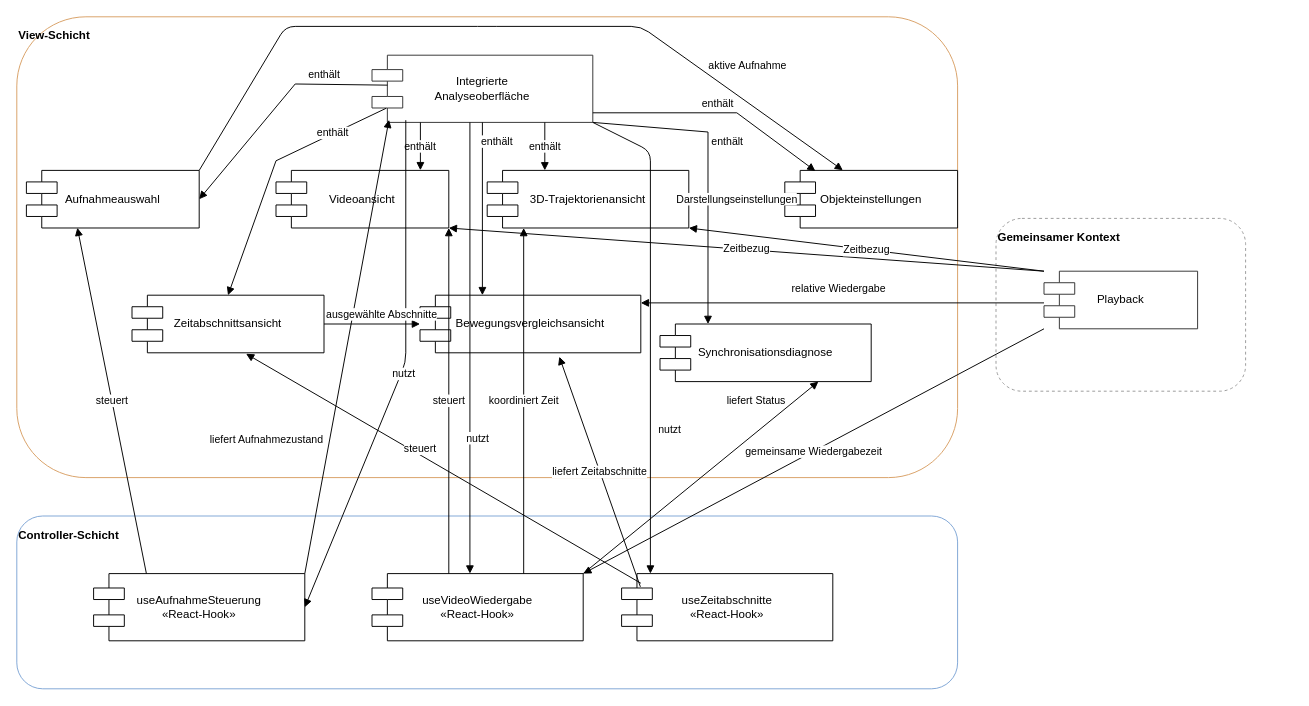
The draw.io diagram Abbildung24_UML_Komponentenuebersicht.drawio in mfneu/fapra, before the edit. Source tidied: cells renumbered, new cells numbered last; positions are measured from the earlier drawing's top-left corner, leaving out a move shared by most shapes. Both pictures are drawn from the tidied source at 96%, with x=0, y=0 at pixel (16, 16).
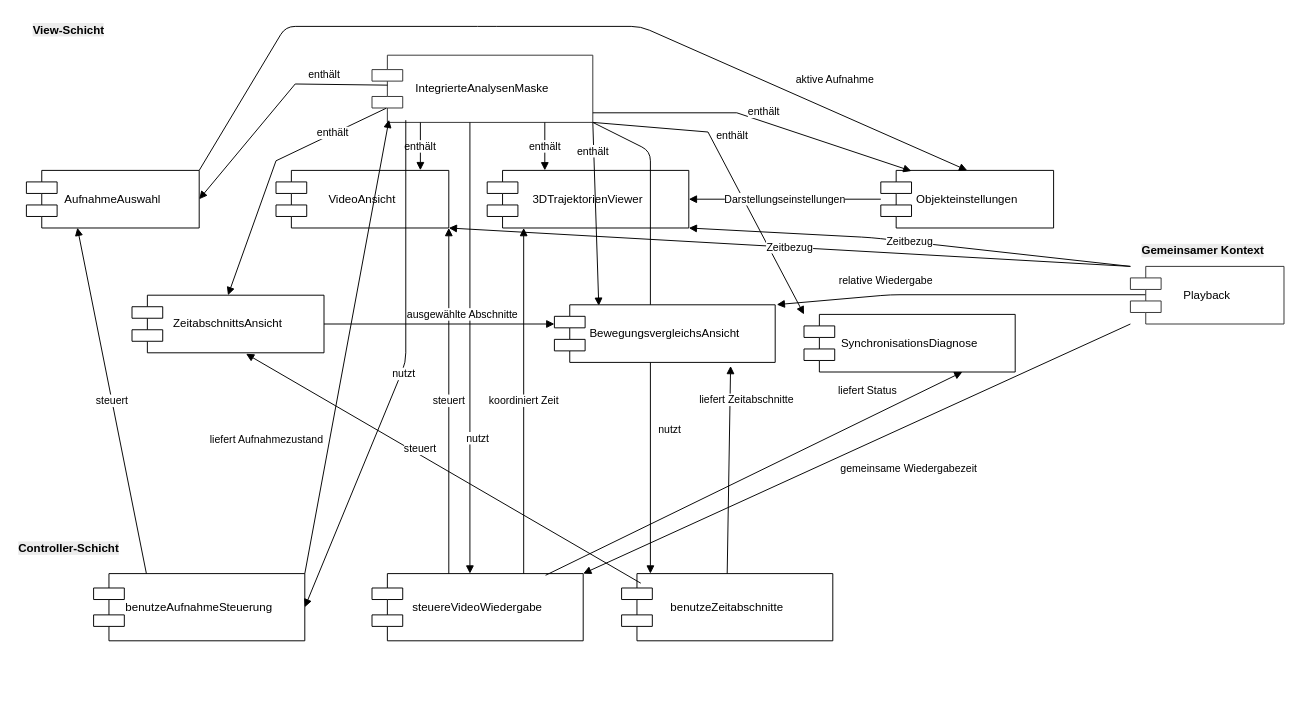
After the change.

What changed in the source:
```diff
@@
-    <mxCell id="2" value="View-Schicht" style="rounded=1;whiteSpace=wrap;html=1;strokeColor=#d9a066;fillColor=none;fontStyle=1;align=left;verticalAlign=top;spacingTop=6;" parent="1" vertex="1">
-      <mxGeometry width="980" height="480" as="geometry" />
-    </mxCell>
-    <mxCell id="3" value="Controller-Schicht" style="rounded=1;whiteSpace=wrap;html=1;strokeColor=#7fa6d6;fillColor=none;fontStyle=1;align=left;verticalAlign=top;spacingTop=6;" parent="1" vertex="1">
-      <mxGeometry y="520" width="980" height="180" as="geometry" />
-    </mxCell>
-    <mxCell id="4" value="Gemeinsamer Kontext" style="rounded=1;whiteSpace=wrap;html=1;strokeColor=#9a9a9a;dashed=1;fillColor=none;fontStyle=1;align=left;verticalAlign=top;spacingTop=6;" parent="1" vertex="1">
-      <mxGeometry x="1020" y="210" width="260" height="180" as="geometry" />
-    </mxCell>
-    <mxCell id="5" value="Integrierte&lt;br&gt;Analyseoberfläche" style="shape=component;whiteSpace=wrap;html=1;rounded=1;strokeColor=#333333;fillColor=#ffffff;" parent="1" vertex="1">
+    <mxCell id="5" value="IntegrierteAnalysenMaske" style="shape=component;whiteSpace=wrap;html=1;rounded=1;strokeColor=#333333;fillColor=#ffffff;" parent="1" vertex="1">
       <mxGeometry x="370" y="40" width="230" height="70" as="geometry" />
     </mxCell>
-    <mxCell id="6" value="Aufnahmeauswahl" style="shape=component;whiteSpace=wrap;html=1;rounded=1;" parent="1" vertex="1">
+    <mxCell id="6" value="AufnahmeAuswahl" style="shape=component;whiteSpace=wrap;html=1;rounded=1;" parent="1" vertex="1">
       <mxGeometry x="10" y="160" width="180" height="60" as="geometry" />
     </mxCell>
-    <mxCell id="7" value="Videoansicht" style="shape=component;whiteSpace=wrap;html=1;rounded=1;" parent="1" vertex="1">
+    <mxCell id="7" value="VideoAnsicht" style="shape=component;whiteSpace=wrap;html=1;rounded=1;" parent="1" vertex="1">
       <mxGeometry x="270" y="160" width="180" height="60" as="geometry" />
     </mxCell>
-    <mxCell id="8" value="3D-Trajektorienansicht" style="shape=component;whiteSpace=wrap;html=1;rounded=1;" parent="1" vertex="1">
+    <mxCell id="8" value="3DTrajektorienViewer" style="shape=component;whiteSpace=wrap;html=1;rounded=1;" parent="1" vertex="1">
       <mxGeometry x="490" y="160" width="210" height="60" as="geometry" />
     </mxCell>
     <mxCell id="9" value="Objekteinstellungen" style="shape=component;whiteSpace=wrap;html=1;rounded=1;" parent="1" vertex="1">
-      <mxGeometry x="800" y="160" width="180" height="60" as="geometry" />
+      <mxGeometry x="900" y="160" width="180" height="60" as="geometry" />
     </mxCell>
-    <mxCell id="10" value="Zeitabschnittsansicht" style="shape=component;whiteSpace=wrap;html=1;rounded=1;" parent="1" vertex="1">
+    <mxCell id="10" value="ZeitabschnittsAnsicht" style="shape=component;whiteSpace=wrap;html=1;rounded=1;" parent="1" vertex="1">
       <mxGeometry x="120" y="290" width="200" height="60" as="geometry" />
     </mxCell>
-    <mxCell id="11" value="Bewegungsvergleichsansicht" style="shape=component;whiteSpace=wrap;html=1;rounded=1;" parent="1" vertex="1">
-      <mxGeometry x="420" y="290" width="230" height="60" as="geometry" />
-    </mxCell>
-    <mxCell id="12" value="Synchronisationsdiagnose" style="shape=component;whiteSpace=wrap;html=1;rounded=1;" parent="1" vertex="1">
-      <mxGeometry x="670" y="320" width="220" height="60" as="geometry" />
+    <mxCell id="12" value="SynchronisationsDiagnose" style="shape=component;whiteSpace=wrap;html=1;rounded=1;" parent="1" vertex="1">
+      <mxGeometry x="820" y="310" width="220" height="60" as="geometry" />
     </mxCell>
-    <mxCell id="13" value="useAufnahmeSteuerung&lt;br&gt;«React-Hook»" style="shape=component;whiteSpace=wrap;html=1;rounded=1;" parent="1" vertex="1">
+    <mxCell id="13" value="benutzeAufnahmeSteuerung" style="shape=component;whiteSpace=wrap;html=1;rounded=1;" parent="1" vertex="1">
       <mxGeometry x="80" y="580" width="220" height="70" as="geometry" />
     </mxCell>
-    <mxCell id="14" value="useVideoWiedergabe&lt;br&gt;«React-Hook»" style="shape=component;whiteSpace=wrap;html=1;rounded=1;" parent="1" vertex="1">
+    <mxCell id="14" value="steuereVideoWiedergabe" style="shape=component;whiteSpace=wrap;html=1;rounded=1;" parent="1" vertex="1">
       <mxGeometry x="370" y="580" width="220" height="70" as="geometry" />
     </mxCell>
-    <mxCell id="15" value="useZeitabschnitte&lt;br&gt;«React-Hook»" style="shape=component;whiteSpace=wrap;html=1;rounded=1;" parent="1" vertex="1">
+    <mxCell id="15" value="benutzeZeitabschnitte" style="shape=component;whiteSpace=wrap;html=1;rounded=1;" parent="1" vertex="1">
       <mxGeometry x="630" y="580" width="220" height="70" as="geometry" />
     </mxCell>
     <mxCell id="16" value="Playback" style="shape=component;whiteSpace=wrap;html=1;rounded=1;strokeColor=#333333;fillColor=#ffffff;" parent="1" vertex="1">
-      <mxGeometry x="1070" y="265" width="160" height="60" as="geometry" />
+      <mxGeometry x="1160" y="260" width="160" height="60" as="geometry" />
     </mxCell>
@@
-    <mxCell id="18" value="enthält" style="endArrow=block;html=1;rounded=0;jettySize=auto;orthogonal=1;entryX=0.429;entryY=0.333;entryDx=0;entryDy=0;entryPerimeter=0;" parent="1" edge="1" source="5" target="2">
-      <mxGeometry relative="1" as="geometry" />
+    <mxCell id="18" value="enthält" style="endArrow=block;html=1;rounded=0;jettySize=auto;orthogonal=1;entryX=0.429;entryY=0.333;entryDx=0;entryDy=0;entryPerimeter=0;" parent="1" edge="1" source="5">
+      <mxGeometry relative="1" as="geometry">
+        <mxPoint x="420.4" y="159.8" as="targetPoint" />
+      </mxGeometry>
     </mxCell>
@@
-    <mxCell id="22" value="enthält" style="endArrow=block;html=1;rounded=0;jettySize=auto;orthogonal=1;" parent="1" edge="1" source="5" target="11">
-      <mxGeometry x="-0.78" y="15" relative="1" as="geometry" />
+    <mxCell id="22" value="enthält" style="endArrow=block;html=1;rounded=0;jettySize=auto;orthogonal=1;entryX=0.201;entryY=0.017;entryDx=0;entryDy=0;entryPerimeter=0;" parent="1" edge="1" source="5" target="11">
+      <mxGeometry x="-0.69" y="-1" relative="1" as="geometry" />
     </mxCell>
@@
-    <mxCell id="31" value="liefert Status" style="endArrow=block;html=1;orthogonal=1;entryX=0.75;entryY=1;entryDx=0;entryDy=0;" parent="1" edge="1" source="14" target="12">
+    <mxCell id="31" value="liefert Status" style="endArrow=block;html=1;orthogonal=1;entryX=0.75;entryY=1;entryDx=0;entryDy=0;exitX=0.822;exitY=0.025;exitDx=0;exitDy=0;exitPerimeter=0;" parent="1" edge="1" source="14" target="12">
       <mxGeometry x="0.6" y="26" relative="1" as="geometry" />
     </mxCell>
@@
-    <mxCell id="33" value="liefert Zeitabschnitte" style="endArrow=block;html=1;orthogonal=1;entryX=0.631;entryY=1.068;entryDx=0;entryDy=0;exitX=0.089;exitY=0.197;exitDx=0;exitDy=0;exitPerimeter=0;entryPerimeter=0;" parent="1" edge="1" source="15" target="11">
-      <mxGeometry relative="1" as="geometry" />
+    <mxCell id="33" value="liefert Zeitabschnitte" style="endArrow=block;html=1;orthogonal=1;entryX=0.798;entryY=1.062;entryDx=0;entryDy=0;exitX=0.5;exitY=0;exitDx=0;exitDy=0;entryPerimeter=0;" parent="1" edge="1" source="15" target="11">
+      <mxGeometry x="0.67" y="-17" relative="1" as="geometry" />
     </mxCell>
     <mxCell id="34" value="gemeinsame Wiedergabezeit" style="endArrow=block;html=1;orthogonal=1;" parent="1" edge="1" source="16" target="14">
-      <mxGeometry relative="1" as="geometry" />
+      <mxGeometry x="-0.13" y="41" relative="1" as="geometry" />
     </mxCell>
@@
     <mxCell id="36" value="Zeitbezug" style="endArrow=block;html=1;orthogonal=1;" parent="1" edge="1" source="16" target="8">
-      <mxGeometry relative="1" as="geometry" />
+      <mxGeometry relative="1" as="geometry">
+        <Array as="points">
+          <mxPoint x="890" y="230" />
+        </Array>
+      </mxGeometry>
     </mxCell>
-    <mxCell id="37" value="relative Wiedergabe" style="endArrow=block;html=1;orthogonal=1;" parent="1" edge="1">
-      <mxGeometry x="0.02" y="-15" relative="1" as="geometry">
-        <mxPoint x="1070" y="298" as="sourcePoint" />
-        <mxPoint x="650" y="298" as="targetPoint" />
+    <mxCell id="37" value="relative Wiedergabe" style="endArrow=block;html=1;orthogonal=1;exitX=0.098;exitY=0.492;exitDx=0;exitDy=0;exitPerimeter=0;entryX=1.007;entryY=-0.003;entryDx=0;entryDy=0;entryPerimeter=0;" parent="1" edge="1" source="16" target="11">
+      <mxGeometry x="0.4" y="-15" relative="1" as="geometry">
+        <Array as="points">
+          <mxPoint x="910" y="289.5" />
+        </Array>
       </mxGeometry>
     </mxCell>
-    <mxCell id="38" value="aktive Aufnahme" style="endArrow=block;html=1;orthogonal=1;entryX=0.878;entryY=0.333;entryDx=0;entryDy=0;entryPerimeter=0;" parent="1" edge="1" source="6" target="2">
+    <mxCell id="38" value="aktive Aufnahme" style="endArrow=block;html=1;orthogonal=1;entryX=0.5;entryY=0;entryDx=0;entryDy=0;" parent="1" edge="1" source="6" target="9">
       <mxGeometry x="0.64" y="31" relative="1" as="geometry">
         <Array as="points">
           <mxPoint x="280" y="10" />
           <mxPoint x="490" y="10" />
           <mxPoint x="650" y="10" />
         </Array>
       </mxGeometry>
     </mxCell>
@@
+    <mxCell id="4" value="&lt;span style=&quot;caret-color: rgb(0, 0, 0); color: rgb(0, 0, 0); font-family: Helvetica; font-size: 12px; font-style: normal; font-variant-caps: normal; font-weight: 700; letter-spacing: normal; orphans: 2; text-align: left; text-indent: 0px; text-transform: none; white-space: normal; widows: 2; word-spacing: 0px; -webkit-text-stroke-width: 0px; background-color: rgb(236, 236, 236); text-decoration: none; display: inline !important; float: none;&quot;&gt;Gemeinsamer Kontext&lt;/span&gt;" style="text;whiteSpace=wrap;html=1;" parent="1" vertex="1">
+      <mxGeometry x="1170" y="230" width="160" height="40" as="geometry" />
+    </mxCell>
+    <mxCell id="3" value="&lt;span style=&quot;caret-color: rgb(0, 0, 0); color: rgb(0, 0, 0); font-family: Helvetica; font-size: 12px; font-style: normal; font-variant-caps: normal; font-weight: 700; letter-spacing: normal; orphans: 2; text-align: left; text-indent: 0px; text-transform: none; white-space: normal; widows: 2; word-spacing: 0px; -webkit-text-stroke-width: 0px; background-color: rgb(236, 236, 236); text-decoration: none; display: inline !important; float: none;&quot;&gt;Controller-Schicht&lt;/span&gt;" style="text;whiteSpace=wrap;html=1;" parent="1" vertex="1">
+      <mxGeometry y="540" width="140" height="40" as="geometry" />
+    </mxCell>
+    <mxCell id="2" value="&lt;span style=&quot;caret-color: rgb(0, 0, 0); color: rgb(0, 0, 0); font-family: Helvetica; font-size: 12px; font-style: normal; font-variant-caps: normal; font-weight: 700; letter-spacing: normal; orphans: 2; text-align: left; text-indent: 0px; text-transform: none; white-space: normal; widows: 2; word-spacing: 0px; -webkit-text-stroke-width: 0px; background-color: rgb(236, 236, 236); text-decoration: none; display: inline !important; float: none;&quot;&gt;View-Schicht&lt;/span&gt;" style="text;whiteSpace=wrap;html=1;" parent="1" vertex="1">
+      <mxGeometry x="15" width="110" height="40" as="geometry" />
+    </mxCell>
+    <mxCell id="11" value="BewegungsvergleichsAnsicht" style="shape=component;whiteSpace=wrap;html=1;rounded=1;" parent="1" vertex="1">
+      <mxGeometry x="560" y="300" width="230" height="60" as="geometry" />
+    </mxCell>
```
